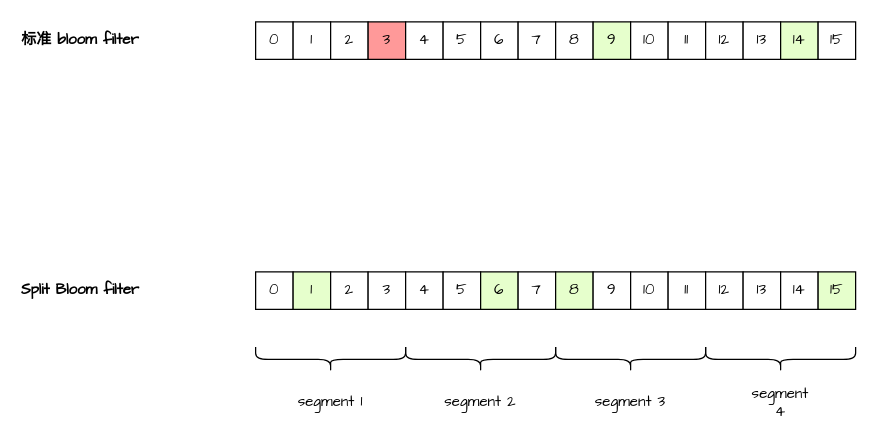
Earlier version of the draw.io diagram 标准和split-bloom-filter.drawio (eeyyee/flowchart). Source tidied: cells renumbered, new cells numbered last; positions are measured from the earlier drawing's top-left corner, leaving out a move shared by most shapes. Both pictures are drawn from the tidied source at 125%, with x=0, y=0 at pixel (42, 21).
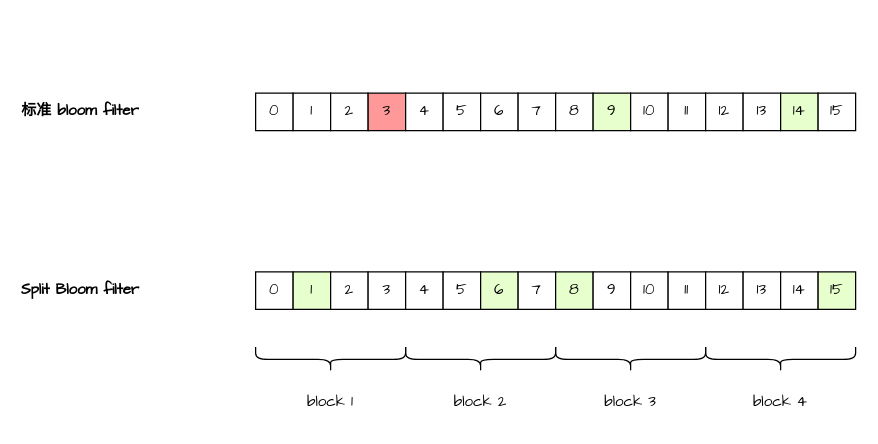
After the change.

Commit message:
更新标准和split-bloom-filter.drawio

Change to the diagram source:
```diff
@@
     <mxCell id="2" value="0" style="whiteSpace=wrap;html=1;fontFamily=Comic Sans MS;" parent="1" vertex="1">
-      <mxGeometry x="170" width="30" height="30" as="geometry" />
+      <mxGeometry x="170" y="57" width="30" height="30" as="geometry" />
     </mxCell>
     <mxCell id="3" value="1" style="whiteSpace=wrap;html=1;fontFamily=Comic Sans MS;" parent="1" vertex="1">
-      <mxGeometry x="200" width="30" height="30" as="geometry" />
+      <mxGeometry x="200" y="57" width="30" height="30" as="geometry" />
     </mxCell>
     <mxCell id="4" value="2" style="whiteSpace=wrap;html=1;fontFamily=Comic Sans MS;" parent="1" vertex="1">
-      <mxGeometry x="230" width="30" height="30" as="geometry" />
+      <mxGeometry x="230" y="57" width="30" height="30" as="geometry" />
     </mxCell>
     <mxCell id="5" value="3" style="whiteSpace=wrap;html=1;fontFamily=Comic Sans MS;fillColor=#FF9999;" parent="1" vertex="1">
-      <mxGeometry x="260" width="30" height="30" as="geometry" />
+      <mxGeometry x="260" y="57" width="30" height="30" as="geometry" />
     </mxCell>
     <mxCell id="6" value="4" style="whiteSpace=wrap;html=1;fontFamily=Comic Sans MS;" parent="1" vertex="1">
-      <mxGeometry x="290" width="30" height="30" as="geometry" />
+      <mxGeometry x="290" y="57" width="30" height="30" as="geometry" />
     </mxCell>
     <mxCell id="7" value="5" style="whiteSpace=wrap;html=1;fontFamily=Comic Sans MS;" parent="1" vertex="1">
-      <mxGeometry x="320" width="30" height="30" as="geometry" />
+      <mxGeometry x="320" y="57" width="30" height="30" as="geometry" />
     </mxCell>
     <mxCell id="8" value="6" style="whiteSpace=wrap;html=1;fontFamily=Comic Sans MS;" parent="1" vertex="1">
-      <mxGeometry x="350" width="30" height="30" as="geometry" />
+      <mxGeometry x="350" y="57" width="30" height="30" as="geometry" />
     </mxCell>
     <mxCell id="9" value="7" style="whiteSpace=wrap;html=1;fontFamily=Comic Sans MS;" parent="1" vertex="1">
-      <mxGeometry x="380" width="30" height="30" as="geometry" />
+      <mxGeometry x="380" y="57" width="30" height="30" as="geometry" />
     </mxCell>
     <mxCell id="10" value="8" style="whiteSpace=wrap;html=1;fontFamily=Comic Sans MS;" parent="1" vertex="1">
-      <mxGeometry x="410" width="30" height="30" as="geometry" />
+      <mxGeometry x="410" y="57" width="30" height="30" as="geometry" />
     </mxCell>
     <mxCell id="11" value="9" style="whiteSpace=wrap;html=1;fontFamily=Comic Sans MS;fillColor=#E6FFCC;" parent="1" vertex="1">
-      <mxGeometry x="440" width="30" height="30" as="geometry" />
+      <mxGeometry x="440" y="57" width="30" height="30" as="geometry" />
     </mxCell>
     <mxCell id="12" value="10" style="whiteSpace=wrap;html=1;fontFamily=Comic Sans MS;" parent="1" vertex="1">
-      <mxGeometry x="470" width="30" height="30" as="geometry" />
+      <mxGeometry x="470" y="57" width="30" height="30" as="geometry" />
     </mxCell>
     <mxCell id="13" value="11" style="whiteSpace=wrap;html=1;fontFamily=Comic Sans MS;" parent="1" vertex="1">
-      <mxGeometry x="500" width="30" height="30" as="geometry" />
+      <mxGeometry x="500" y="57" width="30" height="30" as="geometry" />
     </mxCell>
     <mxCell id="14" value="12" style="whiteSpace=wrap;html=1;fontFamily=Comic Sans MS;" parent="1" vertex="1">
-      <mxGeometry x="530" width="30" height="30" as="geometry" />
+      <mxGeometry x="530" y="57" width="30" height="30" as="geometry" />
     </mxCell>
     <mxCell id="15" value="13" style="whiteSpace=wrap;html=1;fontFamily=Comic Sans MS;" parent="1" vertex="1">
-      <mxGeometry x="560" width="30" height="30" as="geometry" />
+      <mxGeometry x="560" y="57" width="30" height="30" as="geometry" />
     </mxCell>
     <mxCell id="16" value="14" style="whiteSpace=wrap;html=1;fontFamily=Comic Sans MS;fillColor=#E6FFCC;" parent="1" vertex="1">
-      <mxGeometry x="590" width="30" height="30" as="geometry" />
+      <mxGeometry x="590" y="57" width="30" height="30" as="geometry" />
     </mxCell>
     <mxCell id="17" value="15" style="whiteSpace=wrap;html=1;fontFamily=Comic Sans MS;" parent="1" vertex="1">
-      <mxGeometry x="620" width="30" height="30" as="geometry" />
+      <mxGeometry x="620" y="57" width="30" height="30" as="geometry" />
     </mxCell>
@@
     <mxCell id="34" value="&lt;div style=&quot;margin: 0px; white-space: pre;&quot;&gt;&lt;p style=&quot;margin: 0px;&quot;&gt;&lt;b&gt;标准 bloom filter&lt;/b&gt;&lt;/p&gt;&lt;/div&gt;&lt;div&gt;&lt;/div&gt;" style="text;html=1;whiteSpace=wrap;strokeColor=none;fillColor=none;align=center;verticalAlign=middle;rounded=0;fontFamily=Comic Sans MS;" parent="1" vertex="1">
-      <mxGeometry width="60" height="30" as="geometry" />
+      <mxGeometry y="57" width="60" height="30" as="geometry" />
     </mxCell>
@@
-    <mxCell id="40" value="segment 1" style="text;html=1;whiteSpace=wrap;strokeColor=none;fillColor=none;align=center;verticalAlign=middle;rounded=0;fontFamily=Comic Sans MS;" parent="1" vertex="1">
+    <mxCell id="40" value="block 1" style="text;html=1;whiteSpace=wrap;strokeColor=none;fillColor=none;align=center;verticalAlign=middle;rounded=0;fontFamily=Comic Sans MS;" parent="1" vertex="1">
       <mxGeometry x="200" y="290" width="60" height="30" as="geometry" />
     </mxCell>
-    <mxCell id="41" value="segment 2" style="text;html=1;whiteSpace=wrap;strokeColor=none;fillColor=none;align=center;verticalAlign=middle;rounded=0;fontFamily=Comic Sans MS;" parent="1" vertex="1">
+    <mxCell id="41" value="block 2" style="text;html=1;whiteSpace=wrap;strokeColor=none;fillColor=none;align=center;verticalAlign=middle;rounded=0;fontFamily=Comic Sans MS;" parent="1" vertex="1">
       <mxGeometry x="320" y="290" width="60" height="30" as="geometry" />
     </mxCell>
-    <mxCell id="42" value="segment 3" style="text;html=1;whiteSpace=wrap;strokeColor=none;fillColor=none;align=center;verticalAlign=middle;rounded=0;fontFamily=Comic Sans MS;" parent="1" vertex="1">
+    <mxCell id="42" value="block 3" style="text;html=1;whiteSpace=wrap;strokeColor=none;fillColor=none;align=center;verticalAlign=middle;rounded=0;fontFamily=Comic Sans MS;" parent="1" vertex="1">
       <mxGeometry x="440" y="290" width="60" height="30" as="geometry" />
     </mxCell>
-    <mxCell id="43" value="segment 4" style="text;html=1;whiteSpace=wrap;strokeColor=none;fillColor=none;align=center;verticalAlign=middle;rounded=0;fontFamily=Comic Sans MS;" parent="1" vertex="1">
+    <mxCell id="43" value="block 4" style="text;html=1;whiteSpace=wrap;strokeColor=none;fillColor=none;align=center;verticalAlign=middle;rounded=0;fontFamily=Comic Sans MS;" parent="1" vertex="1">
       <mxGeometry x="560" y="290" width="60" height="30" as="geometry" />
     </mxCell>
```
